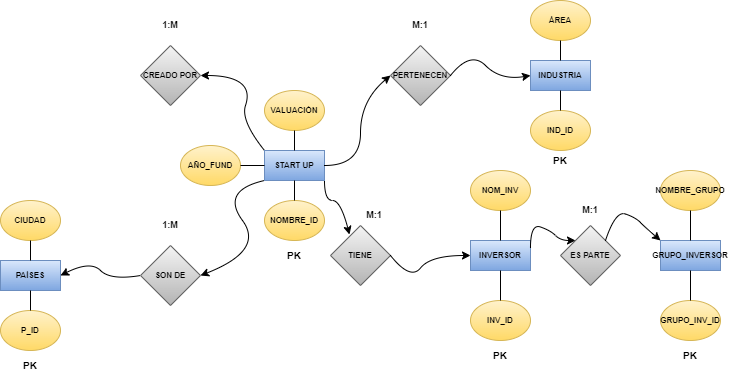
This is D4_ERD1.png from rakzw/Demo2, a draw.io export, as it was before one commit. Source tidied: cells renumbered, new cells last; positions are measured from the earlier drawing's top-left corner, leaving out a move shared by most shapes.
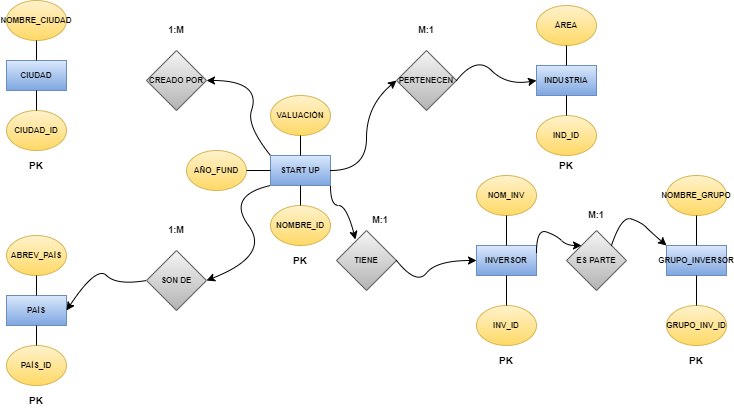
Later version of the same file.

What changed in the source:
```diff
@@ -11,8 +11,8 @@
     <mxCell id="4" value="START UP" style="rounded=0;whiteSpace=wrap;html=1;fontSize=8;fontStyle=1;fillColor=#dae8fc;strokeColor=#6c8ebf;gradientColor=#7ea6e0;fontColor=#000000;" parent="1" vertex="1">
       <mxGeometry x="264" y="150" width="60" height="30" as="geometry" />
     </mxCell>
-    <mxCell id="5" value="PAÍSES" style="rounded=0;whiteSpace=wrap;html=1;fontSize=8;fontStyle=1;fillColor=#dae8fc;strokeColor=#6c8ebf;gradientColor=#7ea6e0;fontColor=#000000;" parent="1" vertex="1">
-      <mxGeometry y="260" width="60" height="30" as="geometry" />
+    <mxCell id="5" value="PAÍS" style="rounded=0;whiteSpace=wrap;html=1;fontSize=8;fontStyle=1;fillColor=#dae8fc;strokeColor=#6c8ebf;gradientColor=#7ea6e0;fontColor=#000000;" parent="1" vertex="1">
+      <mxGeometry y="290" width="60" height="30" as="geometry" />
     </mxCell>
     <mxCell id="6" value="NOMBRE_ID" style="ellipse;whiteSpace=wrap;html=1;fontSize=8;fillColor=#fff2cc;strokeColor=#d6b656;gradientColor=#ffd966;fontStyle=1;" parent="1" vertex="1">
       <mxGeometry x="264" y="200" width="60" height="40" as="geometry" />
@@ -23,8 +23,8 @@
     <mxCell id="8" value="INV_ID" style="ellipse;whiteSpace=wrap;html=1;fontSize=8;fillColor=#fff2cc;strokeColor=#d6b656;gradientColor=#ffd966;fontStyle=1;" parent="1" vertex="1">
       <mxGeometry x="470" y="300" width="60" height="40" as="geometry" />
     </mxCell>
-    <mxCell id="9" value="P_ID" style="ellipse;whiteSpace=wrap;html=1;fontSize=8;fillColor=#fff2cc;strokeColor=#d6b656;gradientColor=#ffd966;fontStyle=1;" parent="1" vertex="1">
-      <mxGeometry y="310" width="60" height="40" as="geometry" />
+    <mxCell id="9" value="PAÍS_ID" style="ellipse;whiteSpace=wrap;html=1;fontSize=8;fillColor=#fff2cc;strokeColor=#d6b656;gradientColor=#ffd966;fontStyle=1;" parent="1" vertex="1">
+      <mxGeometry y="340" width="60" height="40" as="geometry" />
     </mxCell>
     <mxCell id="10" value="CREADO POR" style="rhombus;whiteSpace=wrap;html=1;fontSize=8;fillColor=#f5f5f5;gradientColor=#b3b3b3;strokeColor=#666666;fontStyle=1;" parent="1" vertex="1">
       <mxGeometry x="140" y="45" width="60" height="60" as="geometry" />
@@ -41,8 +41,8 @@
     <mxCell id="14" value="VALUACIÓN" style="ellipse;whiteSpace=wrap;html=1;fontSize=8;fillColor=#fff2cc;strokeColor=#d6b656;gradientColor=#ffd966;fontStyle=1;" parent="1" vertex="1">
       <mxGeometry x="264" y="90" width="60" height="40" as="geometry" />
     </mxCell>
-    <mxCell id="15" value="CIUDAD" style="ellipse;whiteSpace=wrap;html=1;fontSize=8;fillColor=#fff2cc;strokeColor=#d6b656;gradientColor=#ffd966;fontStyle=1;" parent="1" vertex="1">
-      <mxGeometry y="200" width="60" height="40" as="geometry" />
+    <mxCell id="15" value="ABREV_PAÍS" style="ellipse;whiteSpace=wrap;html=1;fontSize=8;fillColor=#fff2cc;strokeColor=#d6b656;gradientColor=#ffd966;fontStyle=1;" parent="1" vertex="1">
+      <mxGeometry y="230" width="60" height="40" as="geometry" />
     </mxCell>
     <mxCell id="16" value="1:M" style="text;html=1;strokeColor=none;fillColor=none;align=center;verticalAlign=middle;whiteSpace=wrap;rounded=0;fontSize=9;fontColor=#000000;fontStyle=1;" parent="1" vertex="1">
       <mxGeometry x="140" y="10" width="60" height="30" as="geometry" />
@@ -144,7 +144,7 @@
       </mxGeometry>
     </mxCell>
     <mxCell id="37" value="PK" style="text;html=1;strokeColor=none;fillColor=none;align=center;verticalAlign=middle;whiteSpace=wrap;rounded=0;fontSize=10;fontStyle=1;" parent="1" vertex="1">
-      <mxGeometry y="350" width="60" height="30" as="geometry" />
+      <mxGeometry y="380" width="60" height="30" as="geometry" />
     </mxCell>
     <mxCell id="38" value="PK" style="text;html=1;strokeColor=none;fillColor=none;align=center;verticalAlign=middle;whiteSpace=wrap;rounded=0;fontSize=10;fontStyle=1;" parent="1" vertex="1">
       <mxGeometry x="530" y="145" width="60" height="30" as="geometry" />
@@ -203,5 +203,23 @@
     <mxCell id="52" value="M:1" style="text;html=1;strokeColor=none;fillColor=none;align=center;verticalAlign=middle;whiteSpace=wrap;rounded=0;fontSize=9;fontColor=#000000;fontStyle=1;" parent="1" vertex="1">
       <mxGeometry x="560" y="195" width="60" height="30" as="geometry" />
     </mxCell>
+    <mxCell id="53" value="CIUDAD" style="rounded=0;whiteSpace=wrap;html=1;fontSize=8;fontStyle=1;fillColor=#dae8fc;strokeColor=#6c8ebf;gradientColor=#7ea6e0;fontColor=#000000;" parent="1" vertex="1">
+      <mxGeometry y="55" width="60" height="30" as="geometry" />
+    </mxCell>
+    <mxCell id="54" value="CIUDAD_ID" style="ellipse;whiteSpace=wrap;html=1;fontSize=8;fillColor=#fff2cc;strokeColor=#d6b656;gradientColor=#ffd966;fontStyle=1;" parent="1" vertex="1">
+      <mxGeometry y="105" width="60" height="40" as="geometry" />
+    </mxCell>
+    <mxCell id="55" value="NOMBRE_CIUDAD" style="ellipse;whiteSpace=wrap;html=1;fontSize=8;fillColor=#fff2cc;strokeColor=#d6b656;gradientColor=#ffd966;fontStyle=1;" parent="1" vertex="1">
+      <mxGeometry y="-5" width="60" height="40" as="geometry" />
+    </mxCell>
+    <mxCell id="56" style="endArrow=none;html=1;rounded=0;fontSize=9;fontColor=#000000;entryX=0.5;entryY=1;entryDx=0;entryDy=0;exitX=0.5;exitY=0;exitDx=0;exitDy=0;" parent="1" edge="1" source="53" target="55">
+      <mxGeometry relative="1" as="geometry" />
+    </mxCell>
+    <mxCell id="57" style="endArrow=none;html=1;rounded=0;fontSize=9;fontColor=#000000;exitX=0.5;exitY=0;exitDx=0;exitDy=0;entryX=0.5;entryY=1;entryDx=0;entryDy=0;" parent="1" edge="1" source="54" target="53">
+      <mxGeometry relative="1" as="geometry" />
+    </mxCell>
+    <mxCell id="58" value="PK" style="text;html=1;strokeColor=none;fillColor=none;align=center;verticalAlign=middle;whiteSpace=wrap;rounded=0;fontSize=10;fontStyle=1;" parent="1" vertex="1">
+      <mxGeometry y="145" width="60" height="30" as="geometry" />
+    </mxCell>
   </root>
 </mxGraphModel>
```
